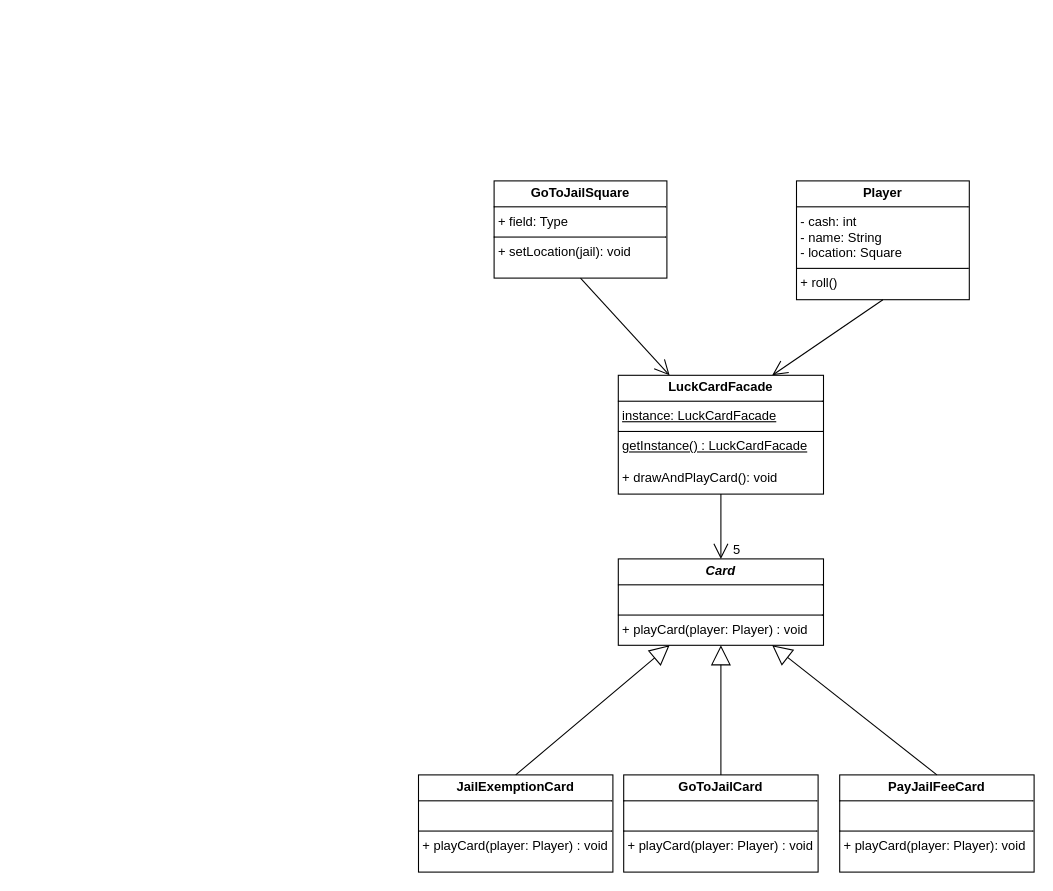
Before: page "Page-1" (1 of 2) of workshop7-week8.drawio in antonykimuom/SWEN30006-2025-SM1-workshop1-tuew05-14-00-team-12, a draw.io diagram. Source tidied: cells renumbered, new cells numbered last; positions are measured from the earlier drawing's top-left corner, leaving out a move shared by most shapes. Both pictures are drawn from the tidied source at 108%, with x=0, y=0 at pixel (418, 180).
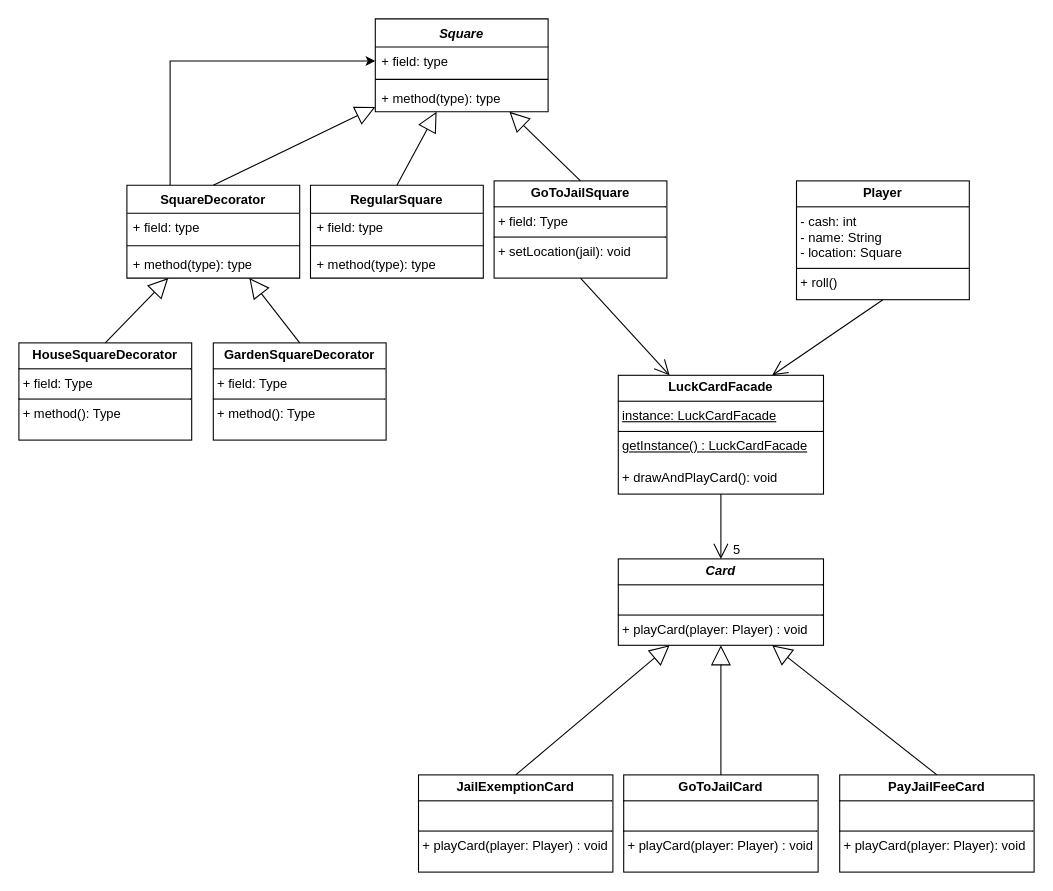
After the change.

Unchanged cells that the change refers to:
```xml
<mxCell id="3" value="&lt;p style=&quot;margin:0px;margin-top:4px;text-align:center;&quot;&gt;&lt;b&gt;GoToJailSquare&lt;/b&gt;&lt;/p&gt;&lt;hr size=&quot;1&quot; style=&quot;border-style:solid;&quot;&gt;&lt;p style=&quot;margin:0px;margin-left:4px;&quot;&gt;+ field: Type&lt;/p&gt;&lt;hr size=&quot;1&quot; style=&quot;border-style:solid;&quot;&gt;&lt;p style=&quot;margin:0px;margin-left:4px;&quot;&gt;+ setLocation(jail): void&lt;/p&gt;" style="verticalAlign=top;align=left;overflow=fill;html=1;whiteSpace=wrap;" parent="1" vertex="1">
  <mxGeometry x="70" width="160" height="90" as="geometry" />
</mxCell>
```

What changed in the source:
```diff
@@
+    <mxCell id="16" value="RegularSquare" style="swimlane;fontStyle=1;align=center;verticalAlign=top;horizontal=1;startSize=26;whiteSpace=wrap;html=1;" parent="1" vertex="1">
+      <mxGeometry x="-100" y="4" width="160" height="86" as="geometry" />
+    </mxCell>
+    <mxCell id="17" value="+ field: type" style="text;strokeColor=none;fillColor=none;align=left;verticalAlign=top;spacingLeft=4;spacingRight=4;overflow=hidden;whiteSpace=wrap;html=1;" parent="16" vertex="1">
+      <mxGeometry y="26" width="160" height="26" as="geometry" />
+    </mxCell>
+    <mxCell id="18" style="line;strokeWidth=1;fillColor=none;align=left;verticalAlign=middle;spacingTop=-1;spacingLeft=3;spacingRight=3;labelPosition=right;strokeColor=inherit;" parent="16" vertex="1">
+      <mxGeometry y="52" width="160" height="8" as="geometry" />
+    </mxCell>
+    <mxCell id="19" value="+ method(type): type" style="text;strokeColor=none;fillColor=none;align=left;verticalAlign=top;spacingLeft=4;spacingRight=4;overflow=hidden;whiteSpace=wrap;html=1;" parent="16" vertex="1">
+      <mxGeometry y="60" width="160" height="26" as="geometry" />
+    </mxCell>
+    <mxCell id="20" value="&lt;i&gt;Square&lt;/i&gt;" style="swimlane;fontStyle=1;align=center;verticalAlign=top;horizontal=1;startSize=26;whiteSpace=wrap;html=1;" parent="1" vertex="1">
+      <mxGeometry x="-40" y="-150" width="160" height="86" as="geometry" />
+    </mxCell>
+    <mxCell id="21" value="+ field: type" style="text;strokeColor=none;fillColor=none;align=left;verticalAlign=top;spacingLeft=4;spacingRight=4;overflow=hidden;points=[[0,0.5],[1,0.5]];portConstraint=eastwest;whiteSpace=wrap;html=1;" parent="20" vertex="1">
+      <mxGeometry y="26" width="160" height="26" as="geometry" />
+    </mxCell>
+    <mxCell id="22" style="line;strokeWidth=1;fillColor=none;align=left;verticalAlign=middle;spacingTop=-1;spacingLeft=3;spacingRight=3;labelPosition=right;strokeColor=inherit;" parent="20" vertex="1">
+      <mxGeometry y="52" width="160" height="8" as="geometry" />
+    </mxCell>
+    <mxCell id="23" value="+ method(type): type" style="text;strokeColor=none;fillColor=none;align=left;verticalAlign=top;spacingLeft=4;spacingRight=4;overflow=hidden;whiteSpace=wrap;html=1;" parent="20" vertex="1">
+      <mxGeometry y="60" width="160" height="26" as="geometry" />
+    </mxCell>
+    <mxCell id="24" value="&lt;div&gt;&lt;br&gt;&lt;/div&gt;&lt;div&gt;&lt;br&gt;&lt;/div&gt;" style="endArrow=block;endSize=16;endFill=0;html=1;rounded=0;exitX=0.5;exitY=0;exitDx=0;exitDy=0;" parent="1" edge="1" source="16" target="20">
+      <mxGeometry relative="1" as="geometry" />
+    </mxCell>
+    <mxCell id="25" value="&lt;div&gt;&lt;br&gt;&lt;/div&gt;&lt;div&gt;&lt;br&gt;&lt;/div&gt;" style="endArrow=block;endSize=16;endFill=0;html=1;rounded=0;exitX=0.5;exitY=0;exitDx=0;exitDy=0;" parent="1" edge="1" source="3" target="20">
+      <mxGeometry relative="1" as="geometry" />
+    </mxCell>
+    <mxCell id="26" style="edgeStyle=orthogonalEdgeStyle;rounded=0;jettySize=auto;html=1;entryX=0;entryY=0.5;entryDx=0;entryDy=0;" parent="1" edge="1" source="27" target="21">
+      <mxGeometry relative="1" as="geometry">
+        <Array as="points">
+          <mxPoint x="-230" y="-111" />
+        </Array>
+      </mxGeometry>
+    </mxCell>
+    <mxCell id="27" value="SquareDecorator" style="swimlane;fontStyle=1;align=center;verticalAlign=top;horizontal=1;startSize=26;whiteSpace=wrap;html=1;" parent="1" vertex="1">
+      <mxGeometry x="-270" y="4" width="160" height="86" as="geometry" />
+    </mxCell>
+    <mxCell id="28" value="+ field: type" style="text;strokeColor=none;fillColor=none;align=left;verticalAlign=top;spacingLeft=4;spacingRight=4;overflow=hidden;whiteSpace=wrap;html=1;" parent="27" vertex="1">
+      <mxGeometry y="26" width="160" height="26" as="geometry" />
+    </mxCell>
+    <mxCell id="29" style="line;strokeWidth=1;fillColor=none;align=left;verticalAlign=middle;spacingTop=-1;spacingLeft=3;spacingRight=3;labelPosition=right;strokeColor=inherit;" parent="27" vertex="1">
+      <mxGeometry y="52" width="160" height="8" as="geometry" />
+    </mxCell>
+    <mxCell id="30" value="+ method(type): type" style="text;strokeColor=none;fillColor=none;align=left;verticalAlign=top;spacingLeft=4;spacingRight=4;overflow=hidden;whiteSpace=wrap;html=1;" parent="27" vertex="1">
+      <mxGeometry y="60" width="160" height="26" as="geometry" />
+    </mxCell>
+    <mxCell id="31" value="&lt;div&gt;&lt;br&gt;&lt;/div&gt;&lt;div&gt;&lt;br&gt;&lt;/div&gt;" style="endArrow=block;endSize=16;endFill=0;html=1;rounded=0;exitX=0.5;exitY=0;exitDx=0;exitDy=0;" parent="1" edge="1" source="27" target="20">
+      <mxGeometry relative="1" as="geometry" />
+    </mxCell>
+    <mxCell id="32" value="&lt;p style=&quot;margin:0px;margin-top:4px;text-align:center;&quot;&gt;&lt;b&gt;HouseSquareDecorator&lt;/b&gt;&lt;/p&gt;&lt;hr size=&quot;1&quot; style=&quot;border-style:solid;&quot;&gt;&lt;p style=&quot;margin:0px;margin-left:4px;&quot;&gt;+ field: Type&lt;/p&gt;&lt;hr size=&quot;1&quot; style=&quot;border-style:solid;&quot;&gt;&lt;p style=&quot;margin:0px;margin-left:4px;&quot;&gt;+ method(): Type&lt;/p&gt;" style="verticalAlign=top;align=left;overflow=fill;html=1;whiteSpace=wrap;" parent="1" vertex="1">
+      <mxGeometry x="-370" y="150" width="160" height="90" as="geometry" />
+    </mxCell>
+    <mxCell id="33" value="&lt;p style=&quot;margin:0px;margin-top:4px;text-align:center;&quot;&gt;&lt;b&gt;GardenSquareDecorator&lt;/b&gt;&lt;/p&gt;&lt;hr size=&quot;1&quot; style=&quot;border-style:solid;&quot;&gt;&lt;p style=&quot;margin:0px;margin-left:4px;&quot;&gt;+ field: Type&lt;/p&gt;&lt;hr size=&quot;1&quot; style=&quot;border-style:solid;&quot;&gt;&lt;p style=&quot;margin:0px;margin-left:4px;&quot;&gt;+ method(): Type&lt;/p&gt;" style="verticalAlign=top;align=left;overflow=fill;html=1;whiteSpace=wrap;" parent="1" vertex="1">
+      <mxGeometry x="-190" y="150" width="160" height="90" as="geometry" />
+    </mxCell>
+    <mxCell id="34" value="&lt;div&gt;&lt;br&gt;&lt;/div&gt;&lt;div&gt;&lt;br&gt;&lt;/div&gt;" style="endArrow=block;endSize=16;endFill=0;html=1;rounded=0;exitX=0.5;exitY=0;exitDx=0;exitDy=0;" parent="1" edge="1" source="32" target="27">
+      <mxGeometry relative="1" as="geometry" />
+    </mxCell>
+    <mxCell id="35" value="&lt;div&gt;&lt;br&gt;&lt;/div&gt;&lt;div&gt;&lt;br&gt;&lt;/div&gt;" style="endArrow=block;endSize=16;endFill=0;html=1;rounded=0;exitX=0.5;exitY=0;exitDx=0;exitDy=0;" parent="1" edge="1" source="33" target="27">
+      <mxGeometry relative="1" as="geometry" />
+    </mxCell>
```
